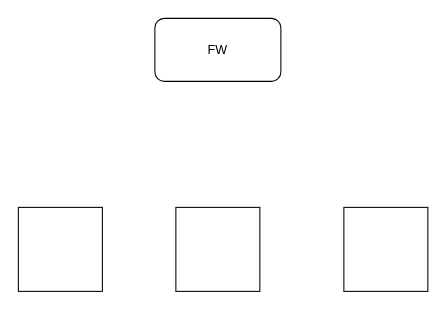
Before: Untitled Diagram.drawio in michelvankessel/drawings, a draw.io diagram. Source tidied: cells renumbered, new cells numbered last; positions are measured from the earlier drawing's top-left corner, leaving out a move shared by most shapes. Both pictures are drawn from the tidied source at 105%, with x=0, y=0 at pixel (18, 18).
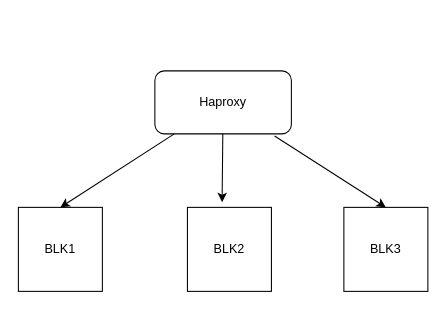
The same diagram, later.

The edit, as a diff of the source:
```diff
@@
 <mxGraphModel>
   <root>
     <mxCell id="0" />
     <mxCell id="1" parent="0" />
-    <mxCell id="2" value="FW" style="rounded=1;whiteSpace=wrap;html=1;" parent="1" vertex="1">
-      <mxGeometry x="130" width="120" height="60" as="geometry" />
-    </mxCell>
-    <mxCell id="3" style="whiteSpace=wrap;html=1;" parent="1" vertex="1">
+    <mxCell id="3" value="BLK1" style="whiteSpace=wrap;html=1;" parent="1" vertex="1">
       <mxGeometry y="180" width="80" height="80" as="geometry" />
     </mxCell>
-    <mxCell id="4" style="whiteSpace=wrap;html=1;" parent="1" vertex="1">
-      <mxGeometry x="150" y="180" width="80" height="80" as="geometry" />
+    <mxCell id="4" value="BLK2" style="whiteSpace=wrap;html=1;" parent="1" vertex="1">
+      <mxGeometry x="161" y="180" width="80" height="80" as="geometry" />
     </mxCell>
-    <mxCell id="5" style="whiteSpace=wrap;html=1;" parent="1" vertex="1">
+    <mxCell id="5" value="BLK3" style="whiteSpace=wrap;html=1;" parent="1" vertex="1">
       <mxGeometry x="310" y="180" width="80" height="80" as="geometry" />
     </mxCell>
+    <mxCell id="6" value="Haproxy" style="rounded=1;whiteSpace=wrap;html=1;" parent="1" vertex="1">
+      <mxGeometry x="130" y="50" width="130" height="60" as="geometry" />
+    </mxCell>
+    <mxCell id="7" style="endArrow=classic;html=1;entryX=0.5;entryY=0;entryDx=0;entryDy=0;" parent="1" edge="1" source="6" target="3">
+      <mxGeometry relative="1" as="geometry" />
+    </mxCell>
+    <mxCell id="8" style="endArrow=classic;html=1;entryX=0.413;entryY=-0.062;entryDx=0;entryDy=0;entryPerimeter=0;" parent="1" edge="1" source="6" target="4">
+      <mxGeometry relative="1" as="geometry" />
+    </mxCell>
+    <mxCell id="9" style="endArrow=classic;html=1;exitX=0.877;exitY=1.033;exitDx=0;exitDy=0;exitPerimeter=0;entryX=0.5;entryY=0;entryDx=0;entryDy=0;" parent="1" edge="1" source="6" target="5">
+      <mxGeometry relative="1" as="geometry" />
+    </mxCell>
   </root>
 </mxGraphModel>
```
